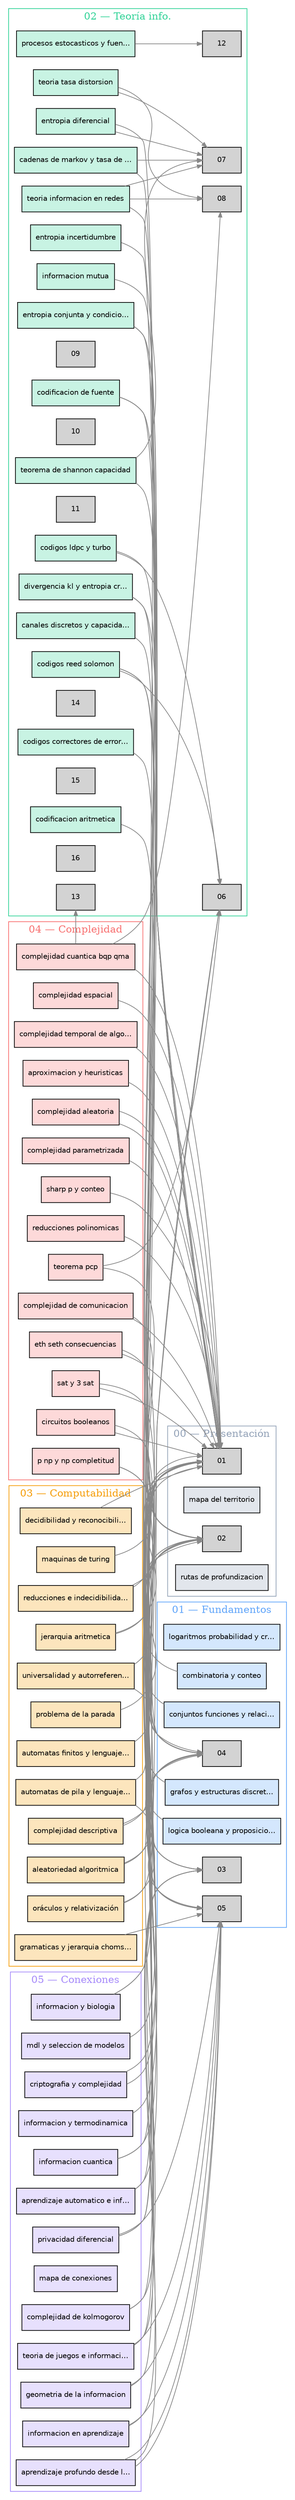
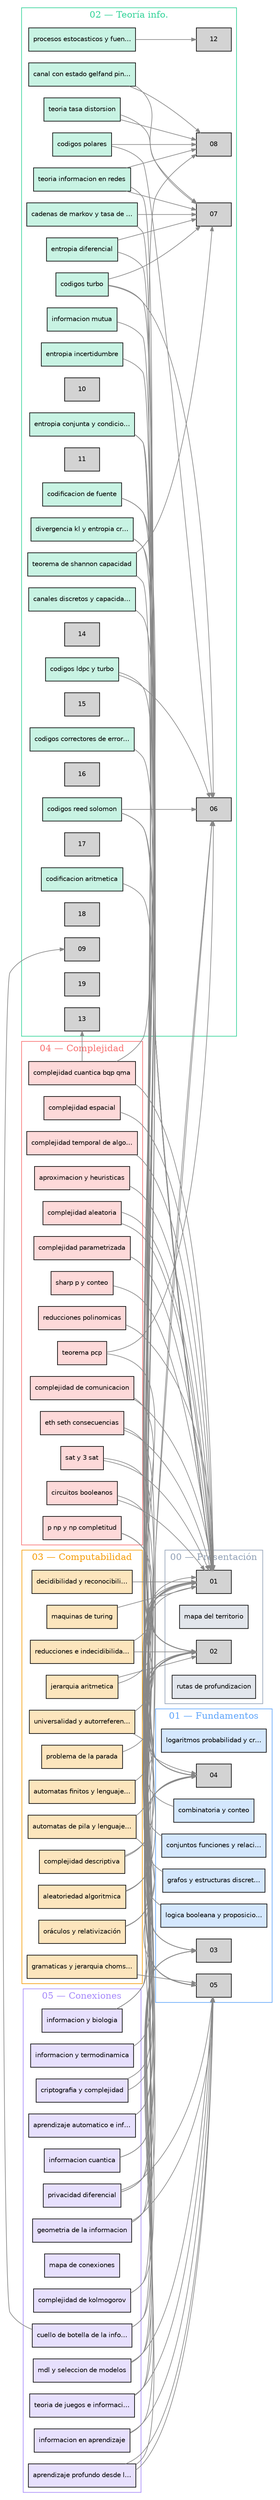
digraph dependencias {
  rankdir=LR;
  node [shape=box style=filled fontname="Helvetica" fontsize=10 margin="0.1,0.05"];
  edge [color="#888888" arrowsize=0.7];

  subgraph cluster_00 {
    label="00 — Presentación";
    color="#94a3b8";
    fontcolor="#94a3b8";
    01_mapa_del_territorio [label="mapa del territorio" fillcolor="#94a3b844"];
    02_rutas_de_profundizacion [label="rutas de profundizacion" fillcolor="#94a3b844"];
  }

  subgraph cluster_01 {
    label="01 — Fundamentos";
    color="#60a5fa";
    fontcolor="#60a5fa";
    01_logaritmos_probabilidad_y_crecimiento [label="logaritmos probabilidad y cr…" fillcolor="#60a5fa44"];
    02_conjuntos_funciones_y_relaciones [label="conjuntos funciones y relaci…" fillcolor="#60a5fa44"];
    03_combinatoria_y_conteo [label="combinatoria y conteo" fillcolor="#60a5fa44"];
    04_grafos_y_estructuras_discretas [label="grafos y estructuras discret…" fillcolor="#60a5fa44"];
    05_logica_booleana_y_proposicional [label="logica booleana y proposicio…" fillcolor="#60a5fa44"];
  }

  subgraph cluster_02 {
    label="02 — Teoría info.";
    color="#34d399";
    fontcolor="#34d399";
    01_entropia_incertidumbre [label="entropia incertidumbre" fillcolor="#34d39944"];
    02_informacion_mutua [label="informacion mutua" fillcolor="#34d39944"];
    03_codificacion_de_fuente [label="codificacion de fuente" fillcolor="#34d39944"];
    04_canales_discretos_y_capacidad [label="canales discretos y capacida…" fillcolor="#34d39944"];
    05_divergencia_kl_y_entropia_cruzada [label="divergencia kl y entropia cr…" fillcolor="#34d39944"];
    06_codigos_correctores_de_errores [label="codigos correctores de error…" fillcolor="#34d39944"];
    07_entropia_conjunta_y_condicional [label="entropia conjunta y condicio…" fillcolor="#34d39944"];
    08_teorema_de_shannon_capacidad [label="teorema de shannon capacidad" fillcolor="#34d39944"];
    09_teoria_tasa_distorsion [label="teoria tasa distorsion" fillcolor="#34d39944"];
    10_entropia_diferencial [label="entropia diferencial" fillcolor="#34d39944"];
    11_codigos_ldpc_y_turbo [label="codigos ldpc y turbo" fillcolor="#34d39944"];
    12_cadenas_de_markov_y_tasa_de_entropia [label="cadenas de markov y tasa de …" fillcolor="#34d39944"];
    13_codificacion_aritmetica [label="codificacion aritmetica" fillcolor="#34d39944"];
    14_procesos_estocasticos_y_fuentes_con_memoria [label="procesos estocasticos y fuen…" fillcolor="#34d39944"];
    15_codigos_reed_solomon [label="codigos reed solomon" fillcolor="#34d39944"];
    16_teoria_informacion_en_redes [label="teoria informacion en redes" fillcolor="#34d39944"];
+     17_codigos_polares [label="codigos polares" fillcolor="#34d39944"];
+     18_canal_con_estado_gelfand_pinsker [label="canal con estado gelfand pin…" fillcolor="#34d39944"];
+     19_codigos_turbo [label="codigos turbo" fillcolor="#34d39944"];
  }

  subgraph cluster_03 {
    label="03 — Computabilidad";
    color="#f59e0b";
    fontcolor="#f59e0b";
    01_problema_de_la_parada [label="problema de la parada" fillcolor="#f59e0b44"];
    02_decidibilidad_y_reconocibilidad [label="decidibilidad y reconocibili…" fillcolor="#f59e0b44"];
    03_reducciones_e_indecidibilidad [label="reducciones e indecidibilida…" fillcolor="#f59e0b44"];
    04_maquinas_de_turing [label="maquinas de turing" fillcolor="#f59e0b44"];
    05_automatas_finitos_y_lenguajes_regulares [label="automatas finitos y lenguaje…" fillcolor="#f59e0b44"];
    06_gramaticas_y_jerarquia_chomsky [label="gramaticas y jerarquia choms…" fillcolor="#f59e0b44"];
    07_universalidad_y_autorreferencia [label="universalidad y autorreferen…" fillcolor="#f59e0b44"];
    08_complejidad_descriptiva [label="complejidad descriptiva" fillcolor="#f59e0b44"];
    09_automatas_de_pila_y_lenguajes_contexto_libre [label="automatas de pila y lenguaje…" fillcolor="#f59e0b44"];
    10_jerarquia_aritmetica [label="jerarquia aritmetica" fillcolor="#f59e0b44"];
    11_oraculos_y_relativizacion [label="oráculos y relativización" fillcolor="#f59e0b44"];
    12_aleatoriedad_algoritmica [label="aleatoriedad algoritmica" fillcolor="#f59e0b44"];
  }

  subgraph cluster_04 {
    label="04 — Complejidad";
    color="#f87171";
    fontcolor="#f87171";
    01_p_np_y_np_completitud [label="p np y np completitud" fillcolor="#f8717144"];
    02_reducciones_polinomicas [label="reducciones polinomicas" fillcolor="#f8717144"];
    03_sat_y_3_sat [label="sat y 3 sat" fillcolor="#f8717144"];
    04_complejidad_espacial [label="complejidad espacial" fillcolor="#f8717144"];
    05_complejidad_temporal_de_algoritmos [label="complejidad temporal de algo…" fillcolor="#f8717144"];
    06_aproximacion_y_heuristicas [label="aproximacion y heuristicas" fillcolor="#f8717144"];
    07_circuitos_booleanos [label="circuitos booleanos" fillcolor="#f8717144"];
    08_complejidad_aleatoria [label="complejidad aleatoria" fillcolor="#f8717144"];
    09_teorema_pcp [label="teorema pcp" fillcolor="#f8717144"];
    10_complejidad_parametrizada [label="complejidad parametrizada" fillcolor="#f8717144"];
    11_sharp_p_y_conteo [label="sharp p y conteo" fillcolor="#f8717144"];
    12_complejidad_de_comunicacion [label="complejidad de comunicacion" fillcolor="#f8717144"];
    13_eth_seth_consecuencias [label="eth seth consecuencias" fillcolor="#f8717144"];
    14_complejidad_cuantica_bqp_qma [label="complejidad cuantica bqp qma" fillcolor="#f8717144"];
  }

  subgraph cluster_05 {
    label="05 — Conexiones";
    color="#a78bfa";
    fontcolor="#a78bfa";
    01_complejidad_de_kolmogorov [label="complejidad de kolmogorov" fillcolor="#a78bfa44"];
    02_criptografia_y_complejidad [label="criptografia y complejidad" fillcolor="#a78bfa44"];
    03_aprendizaje_automatico_e_informacion [label="aprendizaje automatico e inf…" fillcolor="#a78bfa44"];
    04_informacion_cuantica [label="informacion cuantica" fillcolor="#a78bfa44"];
    05_informacion_en_aprendizaje [label="informacion en aprendizaje" fillcolor="#a78bfa44"];
    06_informacion_y_termodinamica [label="informacion y termodinamica" fillcolor="#a78bfa44"];
    07_informacion_y_biologia [label="informacion y biologia" fillcolor="#a78bfa44"];
    08_mapa_de_conexiones [label="mapa de conexiones" fillcolor="#a78bfa44"];
    09_teoria_de_juegos_e_informacion [label="teoria de juegos e informaci…" fillcolor="#a78bfa44"];
    10_aprendizaje_profundo_desde_la_informacion [label="aprendizaje profundo desde l…" fillcolor="#a78bfa44"];
    11_privacidad_diferencial [label="privacidad diferencial" fillcolor="#a78bfa44"];
    12_geometria_de_la_informacion [label="geometria de la informacion" fillcolor="#a78bfa44"];
    13_mdl_y_seleccion_de_modelos [label="mdl y seleccion de modelos" fillcolor="#a78bfa44"];
+     14_cuello_de_botella_de_la_informacion [label="cuello de botella de la info…" fillcolor="#a78bfa44"];
  }

  02_conjuntos_funciones_y_relaciones -> 01_logaritmos_probabilidad_y_crecimiento;
  03_combinatoria_y_conteo -> 01_logaritmos_probabilidad_y_crecimiento;
  04_grafos_y_estructuras_discretas -> 02_conjuntos_funciones_y_relaciones;
  05_logica_booleana_y_proposicional -> 02_conjuntos_funciones_y_relaciones;
  01_entropia_incertidumbre -> 01_logaritmos_probabilidad_y_crecimiento;
  02_informacion_mutua -> 01_entropia_incertidumbre;
  03_codificacion_de_fuente -> 01_entropia_incertidumbre;
  03_codificacion_de_fuente -> 02_informacion_mutua;
  04_canales_discretos_y_capacidad -> 02_informacion_mutua;
  05_divergencia_kl_y_entropia_cruzada -> 01_entropia_incertidumbre;
  05_divergencia_kl_y_entropia_cruzada -> 02_informacion_mutua;
  06_codigos_correctores_de_errores -> 04_canales_discretos_y_capacidad;
  07_entropia_conjunta_y_condicional -> 01_entropia_incertidumbre;
  07_entropia_conjunta_y_condicional -> 02_informacion_mutua;
  08_teorema_de_shannon_capacidad -> 04_canales_discretos_y_capacidad;
  08_teorema_de_shannon_capacidad -> 07_entropia_conjunta_y_condicional;
  09_teoria_tasa_distorsion -> 07_entropia_conjunta_y_condicional;
  09_teoria_tasa_distorsion -> 08_teorema_de_shannon_capacidad;
  10_entropia_diferencial -> 01_entropia_incertidumbre;
  10_entropia_diferencial -> 07_entropia_conjunta_y_condicional;
  11_codigos_ldpc_y_turbo -> 06_codigos_correctores_de_errores;
  11_codigos_ldpc_y_turbo -> 04_canales_discretos_y_capacidad;
  12_cadenas_de_markov_y_tasa_de_entropia -> 01_entropia_incertidumbre;
  12_cadenas_de_markov_y_tasa_de_entropia -> 07_entropia_conjunta_y_condicional;
  13_codificacion_aritmetica -> 03_codificacion_de_fuente;
  14_procesos_estocasticos_y_fuentes_con_memoria -> 12_cadenas_de_markov_y_tasa_de_entropia;
  15_codigos_reed_solomon -> 06_codigos_correctores_de_errores;
  15_codigos_reed_solomon -> 03_combinatoria_y_conteo;
  15_codigos_reed_solomon -> 04_grafos_y_estructuras_discretas;
  16_teoria_informacion_en_redes -> 04_canales_discretos_y_capacidad;
  16_teoria_informacion_en_redes -> 07_entropia_conjunta_y_condicional;
  16_teoria_informacion_en_redes -> 08_teorema_de_shannon_capacidad;
+   17_codigos_polares -> 08_teorema_de_shannon_capacidad;
+   17_codigos_polares -> 06_codigos_correctores_de_errores;
+   18_canal_con_estado_gelfand_pinsker -> 08_teorema_de_shannon_capacidad;
+   18_canal_con_estado_gelfand_pinsker -> 07_entropia_conjunta_y_condicional;
+   19_codigos_turbo -> 06_codigos_correctores_de_errores;
+   19_codigos_turbo -> 04_canales_discretos_y_capacidad;
+   19_codigos_turbo -> 07_entropia_conjunta_y_condicional;
  01_problema_de_la_parada -> 02_conjuntos_funciones_y_relaciones;
  02_decidibilidad_y_reconocibilidad -> 01_problema_de_la_parada;
  03_reducciones_e_indecidibilidad -> 01_problema_de_la_parada;
  03_reducciones_e_indecidibilidad -> 02_decidibilidad_y_reconocibilidad;
  04_maquinas_de_turing -> 01_problema_de_la_parada;
  05_automatas_finitos_y_lenguajes_regulares -> 02_conjuntos_funciones_y_relaciones;
  06_gramaticas_y_jerarquia_chomsky -> 05_automatas_finitos_y_lenguajes_regulares;
  07_universalidad_y_autorreferencia -> 04_maquinas_de_turing;
  07_universalidad_y_autorreferencia -> 01_problema_de_la_parada;
  08_complejidad_descriptiva -> 04_maquinas_de_turing;
  08_complejidad_descriptiva -> 01_p_np_y_np_completitud;
  09_automatas_de_pila_y_lenguajes_contexto_libre -> 06_gramaticas_y_jerarquia_chomsky;
  09_automatas_de_pila_y_lenguajes_contexto_libre -> 05_automatas_finitos_y_lenguajes_regulares;
  10_jerarquia_aritmetica -> 01_problema_de_la_parada;
  10_jerarquia_aritmetica -> 02_decidibilidad_y_reconocibilidad;
  11_oraculos_y_relativizacion -> 04_maquinas_de_turing;
  11_oraculos_y_relativizacion -> 01_p_np_y_np_completitud;
  12_aleatoriedad_algoritmica -> 01_complejidad_de_kolmogorov;
  12_aleatoriedad_algoritmica -> 04_maquinas_de_turing;
  01_p_np_y_np_completitud -> 04_maquinas_de_turing;
  01_p_np_y_np_completitud -> 05_complejidad_temporal_de_algoritmos;
  02_reducciones_polinomicas -> 01_p_np_y_np_completitud;
  03_sat_y_3_sat -> 01_p_np_y_np_completitud;
  03_sat_y_3_sat -> 05_logica_booleana_y_proposicional;
  04_complejidad_espacial -> 01_p_np_y_np_completitud;
  05_complejidad_temporal_de_algoritmos -> 01_logaritmos_probabilidad_y_crecimiento;
  06_aproximacion_y_heuristicas -> 01_p_np_y_np_completitud;
  07_circuitos_booleanos -> 05_logica_booleana_y_proposicional;
  07_circuitos_booleanos -> 01_p_np_y_np_completitud;
  08_complejidad_aleatoria -> 01_p_np_y_np_completitud;
  08_complejidad_aleatoria -> 01_logaritmos_probabilidad_y_crecimiento;
  09_teorema_pcp -> 02_reducciones_polinomicas;
  09_teorema_pcp -> 06_aproximacion_y_heuristicas;
  10_complejidad_parametrizada -> 01_p_np_y_np_completitud;
  11_sharp_p_y_conteo -> 01_p_np_y_np_completitud;
  12_complejidad_de_comunicacion -> 01_p_np_y_np_completitud;
  12_complejidad_de_comunicacion -> 02_informacion_mutua;
  13_eth_seth_consecuencias -> 01_p_np_y_np_completitud;
  13_eth_seth_consecuencias -> 03_sat_y_3_sat;
  14_complejidad_cuantica_bqp_qma -> 01_p_np_y_np_completitud;
  14_complejidad_cuantica_bqp_qma -> 08_complejidad_aleatoria;
  14_complejidad_cuantica_bqp_qma -> 13_eth_seth_consecuencias;
  01_complejidad_de_kolmogorov -> 01_entropia_incertidumbre;
  01_complejidad_de_kolmogorov -> 04_maquinas_de_turing;
  02_criptografia_y_complejidad -> 01_p_np_y_np_completitud;
  02_criptografia_y_complejidad -> 01_complejidad_de_kolmogorov;
  03_aprendizaje_automatico_e_informacion -> 01_entropia_incertidumbre;
  03_aprendizaje_automatico_e_informacion -> 02_informacion_mutua;
  04_informacion_cuantica -> 01_entropia_incertidumbre;
  04_informacion_cuantica -> 02_conjuntos_funciones_y_relaciones;
  05_informacion_en_aprendizaje -> 03_aprendizaje_automatico_e_informacion;
  05_informacion_en_aprendizaje -> 05_divergencia_kl_y_entropia_cruzada;
  06_informacion_y_termodinamica -> 01_entropia_incertidumbre;
  07_informacion_y_biologia -> 01_entropia_incertidumbre;
  07_informacion_y_biologia -> 06_codigos_correctores_de_errores;
  09_teoria_de_juegos_e_informacion -> 01_logaritmos_probabilidad_y_crecimiento;
  09_teoria_de_juegos_e_informacion -> 05_divergencia_kl_y_entropia_cruzada;
  09_teoria_de_juegos_e_informacion -> 03_aprendizaje_automatico_e_informacion;
  10_aprendizaje_profundo_desde_la_informacion -> 05_divergencia_kl_y_entropia_cruzada;
  10_aprendizaje_profundo_desde_la_informacion -> 03_aprendizaje_automatico_e_informacion;
  10_aprendizaje_profundo_desde_la_informacion -> 05_informacion_en_aprendizaje;
  11_privacidad_diferencial -> 05_divergencia_kl_y_entropia_cruzada;
  11_privacidad_diferencial -> 02_criptografia_y_complejidad;
  11_privacidad_diferencial -> 01_entropia_incertidumbre;
+   12_geometria_de_la_informacion -> 02_informacion_mutua;
  12_geometria_de_la_informacion -> 05_divergencia_kl_y_entropia_cruzada;
  12_geometria_de_la_informacion -> 01_complejidad_de_kolmogorov;
  13_mdl_y_seleccion_de_modelos -> 01_complejidad_de_kolmogorov;
+   13_mdl_y_seleccion_de_modelos -> 03_codificacion_de_fuente;
+   13_mdl_y_seleccion_de_modelos -> 05_divergencia_kl_y_entropia_cruzada;
+   14_cuello_de_botella_de_la_informacion -> 09_teoria_tasa_distorsion;
+   14_cuello_de_botella_de_la_informacion -> 02_informacion_mutua;
+   14_cuello_de_botella_de_la_informacion -> 03_aprendizaje_automatico_e_informacion;
}